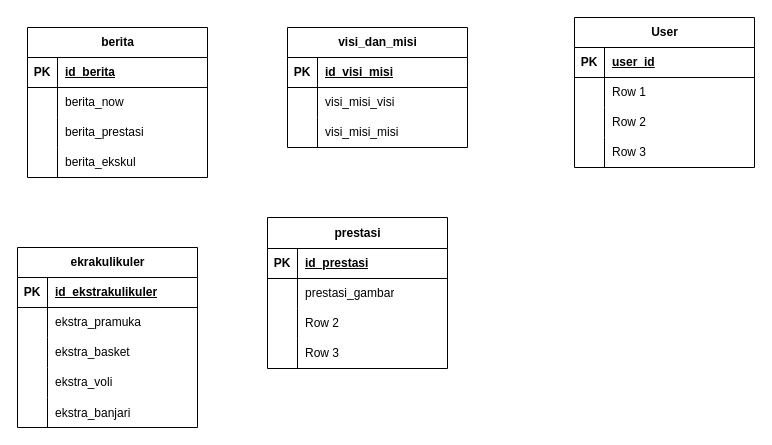
The draw.io diagram Diagram Tanpa Judul.drawio in Sretes-PiceF/UPK, before the edit. Source tidied: cells renumbered, new cells numbered last; positions are measured from the earlier drawing's top-left corner, leaving out a move shared by most shapes. Both pictures are drawn from the tidied source at 100%, with x=0, y=0 at pixel (17, 17).
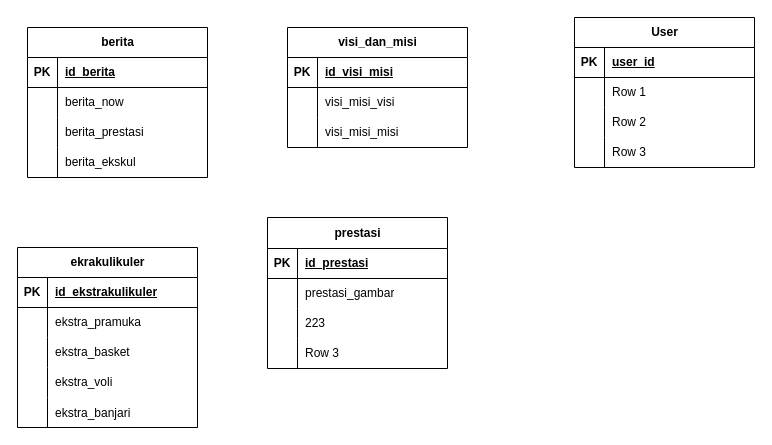
After the change.

The change refers to these unchanged cells:
```xml
<mxCell id="32" style="shape=tableRow;horizontal=0;startSize=0;swimlaneHead=0;swimlaneBody=0;fillColor=none;top=0;left=0;right=0;bottom=0;" parent="25" vertex="1">
  <mxGeometry y="91" width="180" height="30" as="geometry" />
</mxCell>
```

Diff of the diagram source:
```diff
@@
-    <mxCell id="34" value="Row 2" style="shape=partialRectangle;fillColor=none;top=0;left=0;bottom=0;right=0;align=left;spacingLeft=6;overflow=hidden;whiteSpace=wrap;html=1;" parent="32" vertex="1">
+    <mxCell id="34" value="223" style="shape=partialRectangle;fillColor=none;top=0;left=0;bottom=0;right=0;align=left;spacingLeft=6;overflow=hidden;whiteSpace=wrap;html=1;" parent="32" vertex="1">
       <mxGeometry x="30" width="150" height="30" as="geometry" />
     </mxCell>
```
